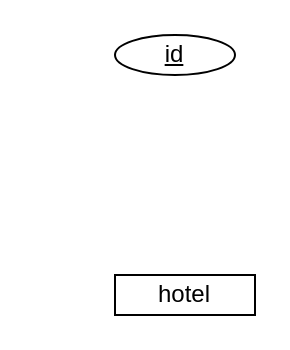
Earlier version of the draw.io diagram hotel database.drawio (kline2bm/hotel-database). Source tidied: cells renumbered, new cells numbered last; positions are measured from the earlier drawing's top-left corner, leaving out a move shared by most shapes. Both pictures are drawn from the tidied source at 200%, with x=0, y=0 at pixel (114, 34).
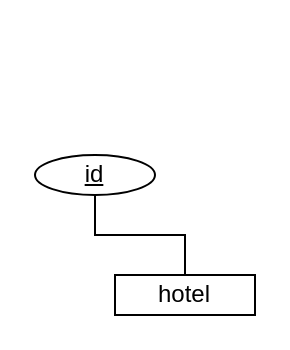
The same diagram, later.

Change to the diagram source:
```diff
@@
 <mxGraphModel>
   <root>
     <mxCell id="0" />
     <mxCell id="1" parent="0" />
+    <mxCell id="4" style="edgeStyle=orthogonalEdgeStyle;rounded=0;jettySize=auto;html=1;exitX=0.5;exitY=0;exitDx=0;exitDy=0;endArrow=none;endFill=0;entryX=0.5;entryY=1;entryDx=0;entryDy=0;" parent="1" edge="1" source="2" target="3">
+      <mxGeometry relative="1" as="geometry" />
+    </mxCell>
     <mxCell id="2" value="hotel" style="whiteSpace=wrap;html=1;align=center;" parent="1" vertex="1">
       <mxGeometry y="120" width="70" height="20" as="geometry" />
     </mxCell>
     <mxCell id="3" value="id" style="ellipse;whiteSpace=wrap;html=1;align=center;fontStyle=4;" parent="1" vertex="1">
-      <mxGeometry width="60" height="20" as="geometry" />
+      <mxGeometry x="-40" y="60" width="60" height="20" as="geometry" />
     </mxCell>
   </root>
 </mxGraphModel>
```
